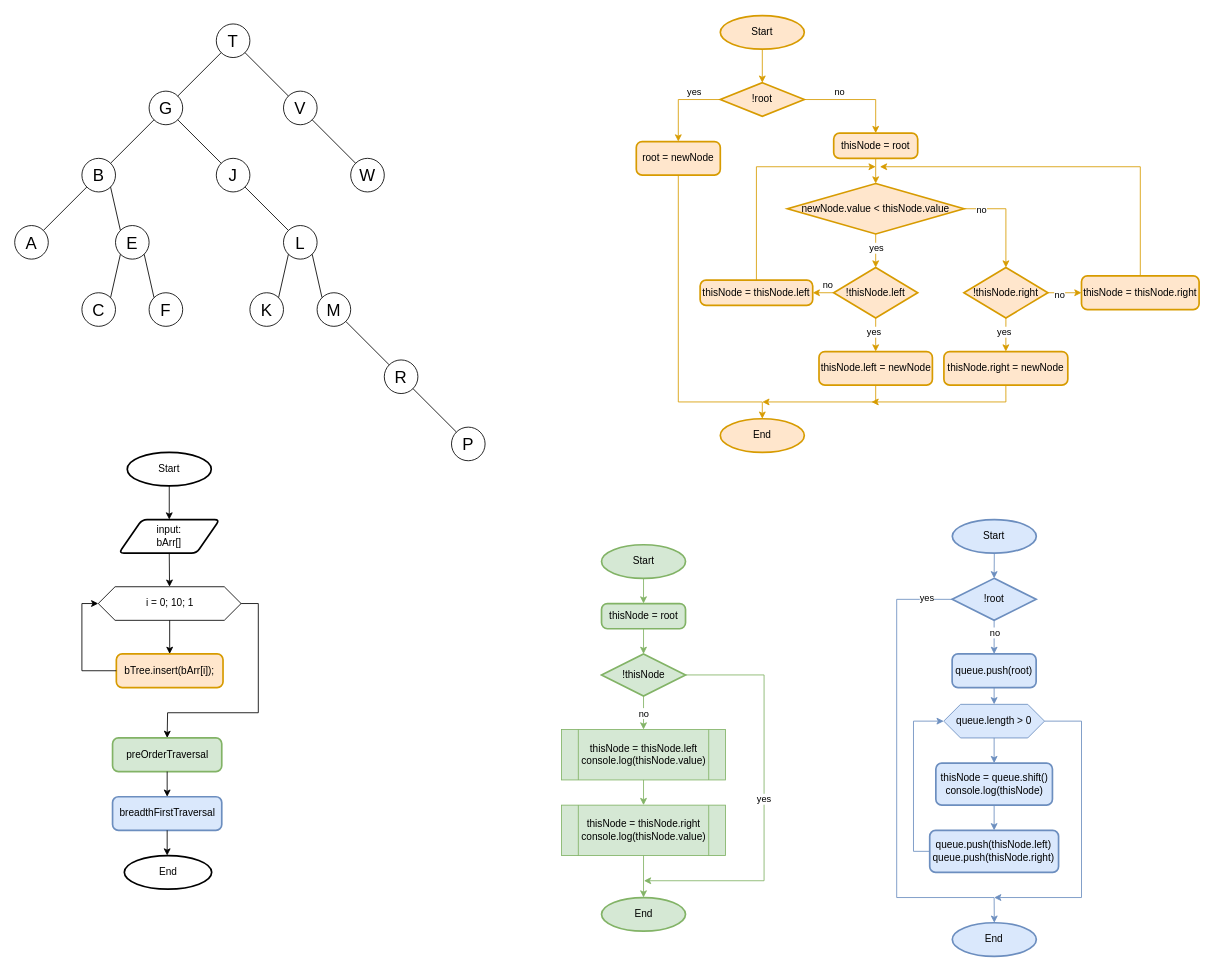
Earlier version of the draw.io diagram diagrams/algoritms/task2.drawio (Vlas1d/Algorithms). Source tidied: cells renumbered, new cells numbered last; positions are measured from the earlier drawing's top-left corner, leaving out a move shared by most shapes. Both pictures are drawn from the tidied source at 84%, with x=0, y=0 at pixel (14, 15).
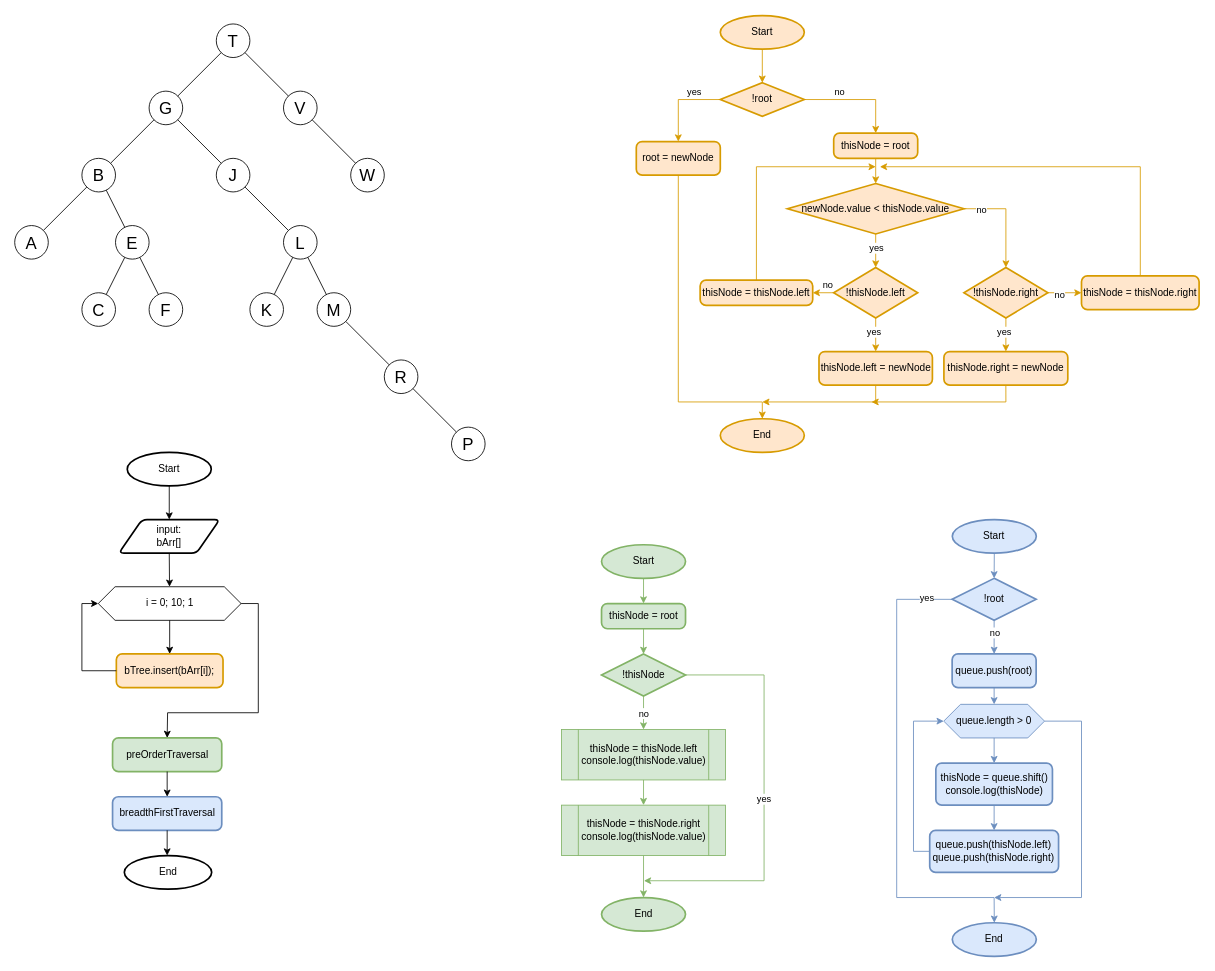
After the change.

Commit message (it also covers changes not shown here):
task 7 alg

The change refers to these unchanged cells:
```xml
<mxCell id="6" value="&lt;font style=&quot;font-size: 20px;&quot;&gt;B&lt;/font&gt;" style="ellipse;whiteSpace=wrap;html=1;" parent="1" vertex="1">
  <mxGeometry x="80" y="170" width="40" height="40" as="geometry" />
</mxCell>
<mxCell id="7" value="&lt;font style=&quot;font-size: 20px;&quot;&gt;J&lt;/font&gt;" style="ellipse;whiteSpace=wrap;html=1;" parent="1" vertex="1">
  <mxGeometry x="240" y="170" width="40" height="40" as="geometry" />
</mxCell>
<mxCell id="10" value="&lt;font style=&quot;font-size: 20px;&quot;&gt;E&lt;/font&gt;" style="ellipse;whiteSpace=wrap;html=1;" parent="1" vertex="1">
  <mxGeometry x="120" y="250" width="40" height="40" as="geometry" />
</mxCell>
<mxCell id="11" value="&lt;font style=&quot;font-size: 20px;&quot;&gt;C&lt;/font&gt;" style="ellipse;whiteSpace=wrap;html=1;" parent="1" vertex="1">
  <mxGeometry x="80" y="330" width="40" height="40" as="geometry" />
</mxCell>
<mxCell id="12" value="&lt;font style=&quot;font-size: 20px;&quot;&gt;F&lt;/font&gt;" style="ellipse;whiteSpace=wrap;html=1;" parent="1" vertex="1">
  <mxGeometry x="160" y="330" width="40" height="40" as="geometry" />
</mxCell>
<mxCell id="13" value="&lt;font style=&quot;font-size: 20px;&quot;&gt;L&lt;/font&gt;" style="ellipse;whiteSpace=wrap;html=1;" parent="1" vertex="1">
  <mxGeometry x="320" y="250" width="40" height="40" as="geometry" />
</mxCell>
<mxCell id="14" value="&lt;font style=&quot;font-size: 20px;&quot;&gt;K&lt;/font&gt;" style="ellipse;whiteSpace=wrap;html=1;" parent="1" vertex="1">
  <mxGeometry x="280" y="330" width="40" height="40" as="geometry" />
</mxCell>
<mxCell id="15" value="&lt;font style=&quot;font-size: 20px;&quot;&gt;M&lt;/font&gt;" style="ellipse;whiteSpace=wrap;html=1;" parent="1" vertex="1">
  <mxGeometry x="360" y="330" width="40" height="40" as="geometry" />
</mxCell>
```

Diff of the diagram source:
```diff
@@
-    <mxCell id="22" style="endArrow=none;html=1;rounded=0;exitX=1;exitY=1;exitDx=0;exitDy=0;entryX=0;entryY=0;entryDx=0;entryDy=0;" parent="1" edge="1" source="6" target="10">
+    <mxCell id="22" style="endArrow=none;html=1;rounded=0;" parent="1" edge="1" source="6" target="10">
       <mxGeometry relative="1" as="geometry" />
     </mxCell>
-    <mxCell id="23" style="endArrow=none;html=1;rounded=0;entryX=0;entryY=1;entryDx=0;entryDy=0;exitX=1;exitY=0;exitDx=0;exitDy=0;" parent="1" edge="1" source="11" target="10">
+    <mxCell id="23" style="endArrow=none;html=1;rounded=0;" parent="1" edge="1" source="11" target="10">
       <mxGeometry relative="1" as="geometry" />
     </mxCell>
-    <mxCell id="24" style="endArrow=none;html=1;rounded=0;exitX=1;exitY=1;exitDx=0;exitDy=0;entryX=0;entryY=0;entryDx=0;entryDy=0;" parent="1" edge="1" source="10" target="12">
+    <mxCell id="24" style="endArrow=none;html=1;rounded=0;" parent="1" edge="1" source="10" target="12">
       <mxGeometry relative="1" as="geometry" />
     </mxCell>
-    <mxCell id="25" style="endArrow=none;html=1;rounded=0;exitX=1;exitY=1;exitDx=0;exitDy=0;entryX=0;entryY=0;entryDx=0;entryDy=0;" parent="1" edge="1" source="7" target="13">
+    <mxCell id="25" style="endArrow=none;html=1;rounded=0;exitX=1;exitY=1;exitDx=0;exitDy=0;" parent="1" edge="1" source="7" target="13">
       <mxGeometry relative="1" as="geometry" />
     </mxCell>
-    <mxCell id="26" style="endArrow=none;html=1;rounded=0;exitX=1;exitY=0;exitDx=0;exitDy=0;entryX=0;entryY=1;entryDx=0;entryDy=0;" parent="1" edge="1" source="14" target="13">
+    <mxCell id="26" style="endArrow=none;html=1;rounded=0;" parent="1" edge="1" source="14" target="13">
       <mxGeometry relative="1" as="geometry" />
     </mxCell>
-    <mxCell id="27" style="endArrow=none;html=1;rounded=0;exitX=1;exitY=1;exitDx=0;exitDy=0;entryX=0;entryY=0;entryDx=0;entryDy=0;" parent="1" edge="1" source="13" target="15">
+    <mxCell id="27" style="endArrow=none;html=1;rounded=0;" parent="1" edge="1" source="13" target="15">
       <mxGeometry relative="1" as="geometry" />
     </mxCell>
```
